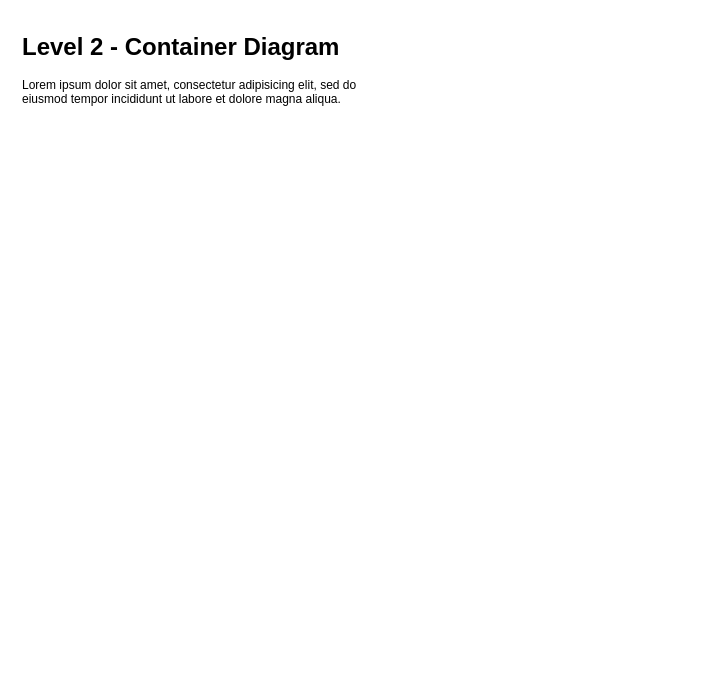
The draw.io diagram documentation/Level 2 - Container.drawio in CorndelWithSoftwire/DevOps-Course-Starter, before the edit. Source tidied: cells renumbered, new cells numbered last; positions are measured from the earlier drawing's top-left corner, leaving out a move shared by most shapes. Both pictures are drawn from the tidied source at 100%, with x=0, y=0 at pixel (17, 27).
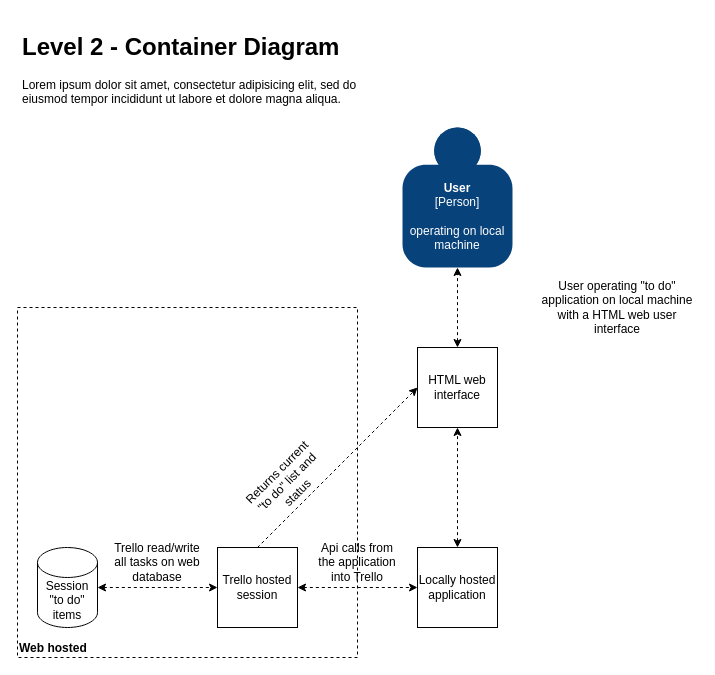
The same diagram, later.

Change to the diagram source:
```diff
@@
 <mxGraphModel>
   <root>
     <mxCell id="0" />
     <mxCell id="1" parent="0" />
+    <mxCell id="3" value="Web hosted&amp;nbsp;" style="rounded=0;whiteSpace=wrap;html=1;fillColor=none;dashed=1;verticalAlign=bottom;align=left;fontStyle=1;" parent="1" vertex="1">
+      <mxGeometry y="280" width="340" height="350" as="geometry" />
+    </mxCell>
     <mxCell id="2" value="&lt;h1&gt;Level 2 - Container Diagram&lt;/h1&gt;&lt;p&gt;Lorem ipsum dolor sit amet, consectetur adipisicing elit, sed do eiusmod tempor incididunt ut labore et dolore magna aliqua.&lt;/p&gt;" style="text;html=1;strokeColor=none;fillColor=none;spacing=5;spacingTop=-20;whiteSpace=wrap;overflow=hidden;rounded=0;" parent="1" vertex="1">
       <mxGeometry width="360" height="120" as="geometry" />
     </mxCell>
+    <object id="4" label="&lt;b&gt;%c4Name%&lt;/b&gt;&lt;div&gt;[%c4Type%]&lt;/div&gt;&lt;br&gt;&lt;div&gt;%c4Description%&lt;/div&gt;" c4Description="operating on local machine" c4Name="User" c4Type="Person" placeholders="1">
+      <mxCell style="html=1;dashed=0;whitespace=wrap;fillColor=#08427b;strokeColor=none;fontColor=#ffffff;shape=mxgraph.c4.person;align=center;points=[[0.5,0,0],[1,0.5,0],[1,0.75,0],[0.75,1,0],[0.5,1,0],[0.25,1,0],[0,0.75,0],[0,0.5,0]];metaData={&quot;c4Type&quot;:{&quot;editable&quot;:false}};whiteSpace=wrap;" parent="1" vertex="1">
+        <mxGeometry x="385" y="100" width="110" height="140" as="geometry" />
+      </mxCell>
+    </object>
+    <mxCell id="5" value="HTML web interface" style="whiteSpace=wrap;html=1;" parent="1" vertex="1">
+      <mxGeometry x="400" y="320" width="80" height="80" as="geometry" />
+    </mxCell>
+    <mxCell id="6" value="Trello hosted session" style="whiteSpace=wrap;html=1;" parent="1" vertex="1">
+      <mxGeometry x="200" y="520" width="80" height="80" as="geometry" />
+    </mxCell>
+    <mxCell id="7" value="Locally hosted application" style="whiteSpace=wrap;html=1;" parent="1" vertex="1">
+      <mxGeometry x="400" y="520" width="80" height="80" as="geometry" />
+    </mxCell>
+    <mxCell id="8" value="Session &quot;to do&quot; items" style="shape=cylinder3;whiteSpace=wrap;html=1;boundedLbl=1;backgroundOutline=1;size=15;" parent="1" vertex="1">
+      <mxGeometry x="20" y="520" width="60" height="80" as="geometry" />
+    </mxCell>
+    <mxCell id="9" style="endArrow=classic;startArrow=classic;html=1;dashed=1;exitX=1;exitY=0.5;exitDx=0;exitDy=0;exitPerimeter=0;entryX=0;entryY=0.5;entryDx=0;entryDy=0;" parent="1" edge="1" source="8" target="6">
+      <mxGeometry relative="1" as="geometry" />
+    </mxCell>
+    <mxCell id="10" style="endArrow=classic;html=1;dashed=1;exitX=0.5;exitY=0;exitDx=0;exitDy=0;entryX=0;entryY=0.5;entryDx=0;entryDy=0;" parent="1" edge="1" source="6" target="5">
+      <mxGeometry relative="1" as="geometry" />
+    </mxCell>
+    <mxCell id="11" style="endArrow=classic;startArrow=classic;html=1;dashed=1;entryX=0.5;entryY=1;entryDx=0;entryDy=0;exitX=0.5;exitY=0;exitDx=0;exitDy=0;" parent="1" edge="1" source="7" target="5">
+      <mxGeometry relative="1" as="geometry" />
+    </mxCell>
+    <mxCell id="12" style="endArrow=classic;startArrow=classic;html=1;dashed=1;exitX=1;exitY=0.5;exitDx=0;exitDy=0;entryX=0;entryY=0.5;entryDx=0;entryDy=0;" parent="1" edge="1" source="6" target="7">
+      <mxGeometry relative="1" as="geometry" />
+    </mxCell>
+    <mxCell id="13" value="Returns current &quot;to do&quot; list and status" style="text;html=1;strokeColor=none;fillColor=none;align=center;verticalAlign=middle;whiteSpace=wrap;rounded=0;rotation=-45;" parent="1" vertex="1">
+      <mxGeometry x="220" y="435" width="100" height="40" as="geometry" />
+    </mxCell>
+    <mxCell id="14" style="endArrow=classic;startArrow=classic;html=1;dashed=1;entryX=0.5;entryY=1;entryDx=0;entryDy=0;entryPerimeter=0;" parent="1" edge="1" target="4">
+      <mxGeometry relative="1" as="geometry">
+        <mxPoint x="440" y="320" as="sourcePoint" />
+      </mxGeometry>
+    </mxCell>
+    <mxCell id="15" value="User operating &quot;to do&quot; application on local machine with a HTML web user interface" style="text;html=1;strokeColor=none;fillColor=none;align=center;verticalAlign=middle;whiteSpace=wrap;rounded=0;" parent="1" vertex="1">
+      <mxGeometry x="520" y="240" width="160" height="80" as="geometry" />
+    </mxCell>
+    <mxCell id="16" value="Trello read/write all tasks on web database" style="text;html=1;strokeColor=none;fillColor=none;align=center;verticalAlign=middle;whiteSpace=wrap;rounded=0;" parent="1" vertex="1">
+      <mxGeometry x="90" y="510" width="100" height="50" as="geometry" />
+    </mxCell>
+    <mxCell id="17" value="Api calls from the application into Trello" style="text;html=1;strokeColor=none;fillColor=none;align=center;verticalAlign=middle;whiteSpace=wrap;rounded=0;" parent="1" vertex="1">
+      <mxGeometry x="295" y="510" width="90" height="50" as="geometry" />
+    </mxCell>
   </root>
 </mxGraphModel>
```
